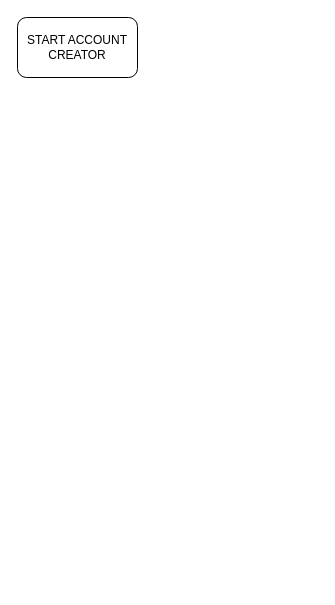
Above: Reddit AIO Tool: Account Creator Module.drawio in TheRealLarry/TheRealLarry (draw.io), before the change. Source tidied: cells renumbered, new cells numbered last; positions are measured from the earlier drawing's top-left corner, leaving out a move shared by most shapes. Both pictures are drawn from the tidied source at 100%, with x=0, y=0 at pixel (17, 17).
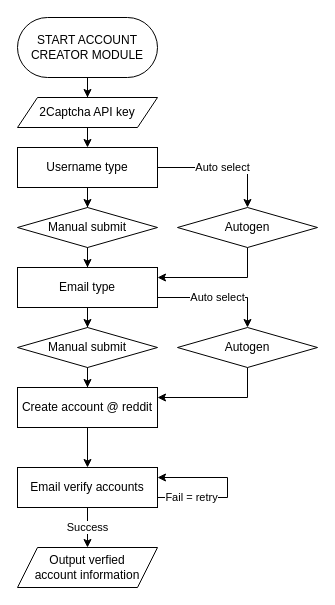
After the change.

What changed in the source:
```diff
@@
-    <mxCell id="2" value="START ACCOUNT CREATOR" style="rounded=1;whiteSpace=wrap;html=1;" parent="1" vertex="1">
-      <mxGeometry width="120" height="60" as="geometry" />
-    </mxCell>
+    <mxCell id="3" style="edgeStyle=orthogonalEdgeStyle;rounded=0;jettySize=auto;html=1;entryX=0.5;entryY=0;entryDx=0;entryDy=0;" parent="1" edge="1" source="4" target="9">
+      <mxGeometry relative="1" as="geometry" />
+    </mxCell>
+    <mxCell id="4" value="START ACCOUNT CREATOR MODULE" style="rounded=1;whiteSpace=wrap;html=1;arcSize=50;perimeterSpacing=0;spacing=9;" parent="1" vertex="1">
+      <mxGeometry width="140" height="60" as="geometry" />
+    </mxCell>
+    <mxCell id="5" value="Auto select" style="edgeStyle=orthogonalEdgeStyle;rounded=0;jettySize=auto;html=1;entryX=0.5;entryY=0;entryDx=0;entryDy=0;" parent="1" edge="1" source="7" target="18">
+      <mxGeometry relative="1" as="geometry">
+        <Array as="points">
+          <mxPoint x="230" y="280" />
+        </Array>
+      </mxGeometry>
+    </mxCell>
+    <mxCell id="6" style="edgeStyle=orthogonalEdgeStyle;rounded=0;jettySize=auto;html=1;" parent="1" edge="1" source="7" target="20">
+      <mxGeometry relative="1" as="geometry" />
+    </mxCell>
+    <mxCell id="7" value="Email type" style="rounded=0;whiteSpace=wrap;html=1;" parent="1" vertex="1">
+      <mxGeometry y="250" width="140" height="40" as="geometry" />
+    </mxCell>
+    <mxCell id="8" style="edgeStyle=orthogonalEdgeStyle;rounded=0;jettySize=auto;html=1;" parent="1" edge="1" source="9">
+      <mxGeometry relative="1" as="geometry">
+        <mxPoint x="70" y="130" as="targetPoint" />
+      </mxGeometry>
+    </mxCell>
+    <mxCell id="9" value="2Captcha API key" style="shape=parallelogram;perimeter=parallelogramPerimeter;whiteSpace=wrap;html=1;fixedSize=1;" parent="1" vertex="1">
+      <mxGeometry y="80" width="140" height="30" as="geometry" />
+    </mxCell>
+    <mxCell id="10" value="Auto select" style="edgeStyle=orthogonalEdgeStyle;rounded=0;jettySize=auto;html=1;" parent="1" edge="1" source="12" target="14">
+      <mxGeometry relative="1" as="geometry" />
+    </mxCell>
+    <mxCell id="11" style="edgeStyle=orthogonalEdgeStyle;rounded=0;jettySize=auto;html=1;" parent="1" edge="1" source="12" target="16">
+      <mxGeometry relative="1" as="geometry" />
+    </mxCell>
+    <mxCell id="12" value="Username type" style="rounded=0;whiteSpace=wrap;html=1;" parent="1" vertex="1">
+      <mxGeometry y="130" width="140" height="40" as="geometry" />
+    </mxCell>
+    <mxCell id="13" style="edgeStyle=orthogonalEdgeStyle;rounded=0;jettySize=auto;html=1;" parent="1" edge="1" source="14" target="7">
+      <mxGeometry relative="1" as="geometry">
+        <Array as="points">
+          <mxPoint x="230" y="260" />
+        </Array>
+      </mxGeometry>
+    </mxCell>
+    <mxCell id="14" value="Autogen" style="rhombus;whiteSpace=wrap;html=1;" parent="1" vertex="1">
+      <mxGeometry x="160" y="190" width="140" height="40" as="geometry" />
+    </mxCell>
+    <mxCell id="15" style="edgeStyle=orthogonalEdgeStyle;rounded=0;jettySize=auto;html=1;" parent="1" edge="1" source="16" target="7">
+      <mxGeometry relative="1" as="geometry" />
+    </mxCell>
+    <mxCell id="16" value="Manual submit" style="rhombus;whiteSpace=wrap;html=1;" parent="1" vertex="1">
+      <mxGeometry y="190" width="140" height="40" as="geometry" />
+    </mxCell>
+    <mxCell id="17" style="edgeStyle=orthogonalEdgeStyle;rounded=0;jettySize=auto;html=1;entryX=1;entryY=0.25;entryDx=0;entryDy=0;" parent="1" edge="1" source="18" target="22">
+      <mxGeometry relative="1" as="geometry">
+        <Array as="points">
+          <mxPoint x="230" y="380" />
+        </Array>
+      </mxGeometry>
+    </mxCell>
+    <mxCell id="18" value="Autogen" style="rhombus;whiteSpace=wrap;html=1;" parent="1" vertex="1">
+      <mxGeometry x="160" y="310" width="140" height="40" as="geometry" />
+    </mxCell>
+    <mxCell id="19" style="edgeStyle=orthogonalEdgeStyle;rounded=0;jettySize=auto;html=1;" parent="1" edge="1" source="20" target="22">
+      <mxGeometry relative="1" as="geometry" />
+    </mxCell>
+    <mxCell id="20" value="Manual submit" style="rhombus;whiteSpace=wrap;html=1;" parent="1" vertex="1">
+      <mxGeometry y="310" width="140" height="40" as="geometry" />
+    </mxCell>
+    <mxCell id="21" style="edgeStyle=orthogonalEdgeStyle;rounded=0;jettySize=auto;html=1;" parent="1" edge="1" source="22" target="25">
+      <mxGeometry relative="1" as="geometry" />
+    </mxCell>
+    <mxCell id="22" value="Create account @ reddit" style="rounded=0;whiteSpace=wrap;html=1;" parent="1" vertex="1">
+      <mxGeometry y="370" width="140" height="40" as="geometry" />
+    </mxCell>
+    <mxCell id="23" value="Success" style="edgeStyle=orthogonalEdgeStyle;rounded=0;jettySize=auto;html=1;" parent="1" edge="1" source="25" target="26">
+      <mxGeometry relative="1" as="geometry" />
+    </mxCell>
+    <mxCell id="24" value="Fail = retry" style="edgeStyle=orthogonalEdgeStyle;rounded=0;orthogonalLoop=1;jettySize=auto;html=1;entryX=1;entryY=0.25;entryDx=0;entryDy=0;" parent="1" edge="1" source="25" target="25">
+      <mxGeometry x="-0.58" relative="1" as="geometry">
+        <Array as="points">
+          <mxPoint x="210" y="480" />
+          <mxPoint x="210" y="460" />
+        </Array>
+      </mxGeometry>
+    </mxCell>
+    <mxCell id="25" value="Email verify accounts" style="rounded=0;whiteSpace=wrap;html=1;" parent="1" vertex="1">
+      <mxGeometry y="450" width="140" height="40" as="geometry" />
+    </mxCell>
+    <mxCell id="26" value="Output verfied &lt;br&gt;account information" style="shape=parallelogram;perimeter=parallelogramPerimeter;whiteSpace=wrap;html=1;fixedSize=1;" parent="1" vertex="1">
+      <mxGeometry y="530" width="140" height="40" as="geometry" />
+    </mxCell>
```
